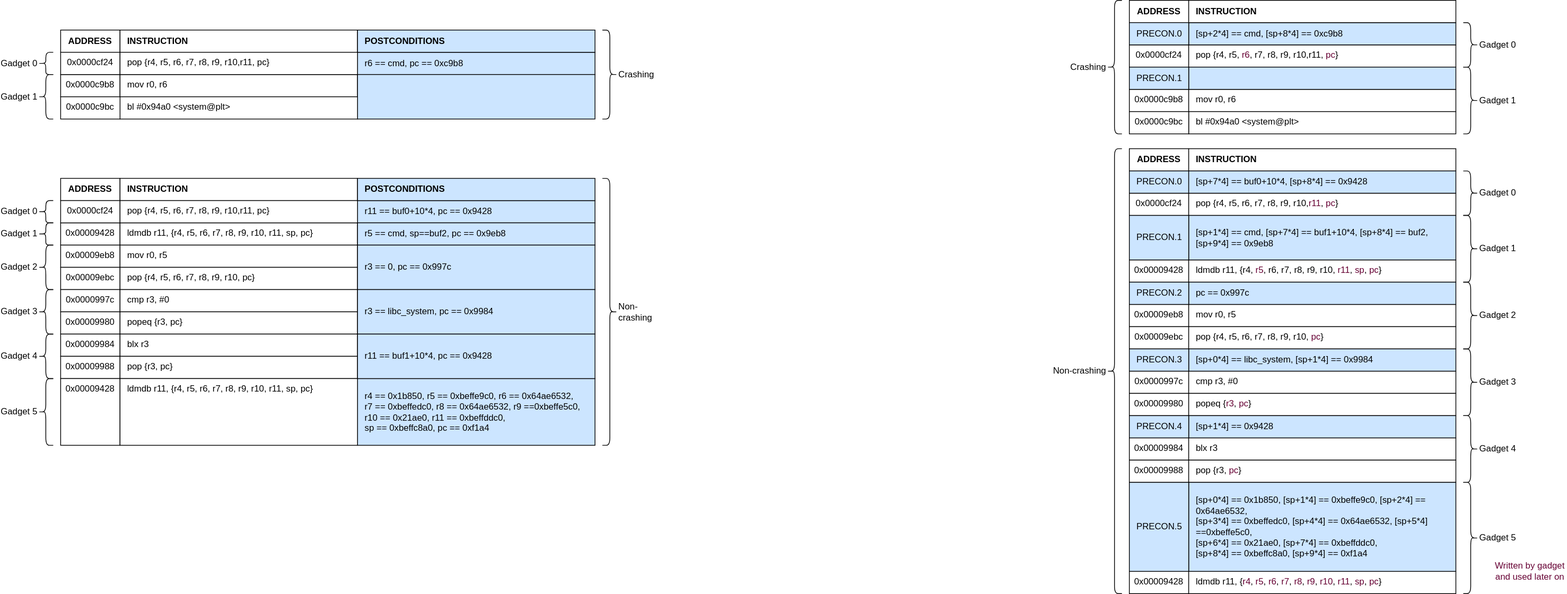
Before: images/ROP_Chain.drawio.svg, a diagram exported from draw.io (cyber-defence-campus/netgear_r6700v3_circled). Source tidied: cells renumbered, new cells last; positions are measured from the earlier drawing's top-left corner, leaving out a move shared by most shapes.
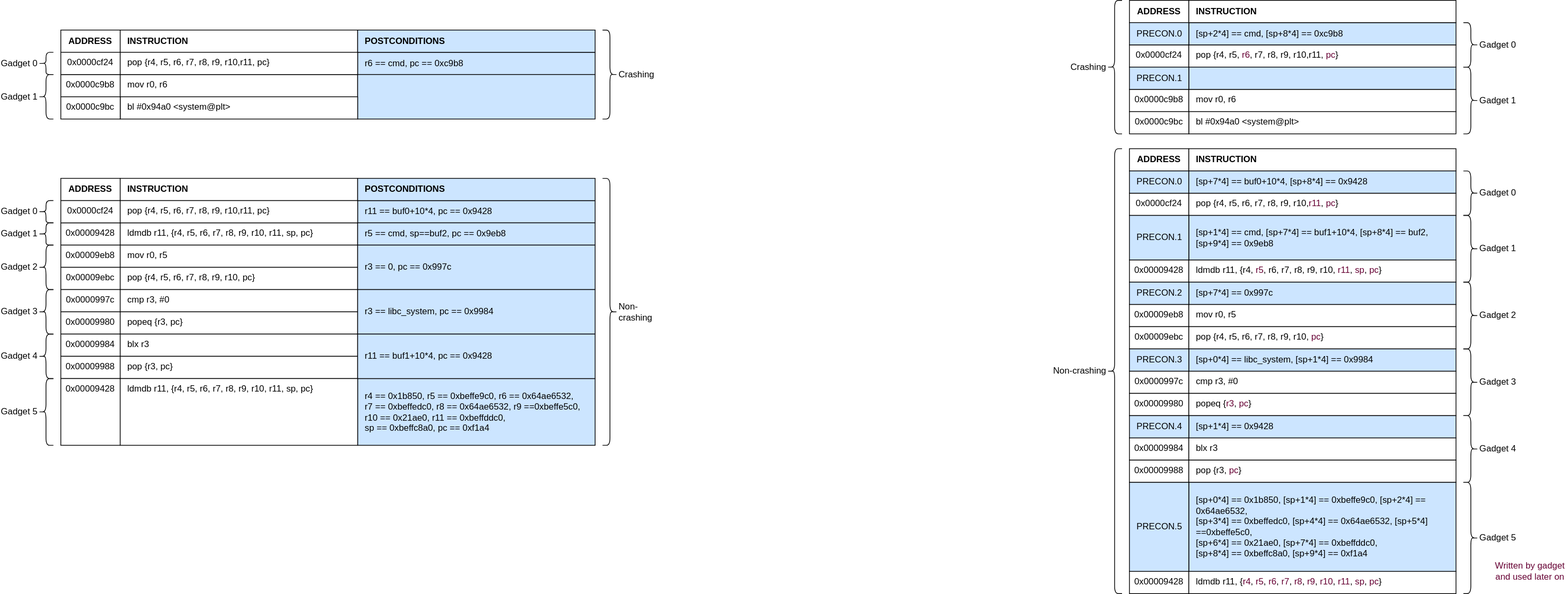
After the commit.

Commit message:
ROP chains with preconditions

Diff of the diagram source:
```diff
@@ -260,7 +260,7 @@
     <mxCell id="87" value="Gadget 2" style="shape=curlyBracket;html=1;rounded=1;flipH=1;labelPosition=right;verticalLabelPosition=middle;align=left;verticalAlign=middle;" parent="1" vertex="1">
       <mxGeometry x="1920" y="380" width="20" height="90" as="geometry" />
     </mxCell>
-    <mxCell id="88" value="pc == 0x997c" style="rounded=0;whiteSpace=wrap;html=1;verticalAlign=middle;align=left;spacingLeft=8;spacingRight=8;fillColor=#CCE5FF;" parent="1" vertex="1">
+    <mxCell id="88" value="[sp+7*4] == 0x997c" style="rounded=0;whiteSpace=wrap;html=1;verticalAlign=middle;align=left;spacingLeft=8;spacingRight=8;fillColor=#CCE5FF;" parent="1" vertex="1">
       <mxGeometry x="1550" y="380" width="360" height="30" as="geometry" />
     </mxCell>
     <mxCell id="89" value="Gadget 3" style="shape=curlyBracket;html=1;rounded=1;flipH=1;labelPosition=right;verticalLabelPosition=middle;align=left;verticalAlign=middle;" parent="1" vertex="1">
```
